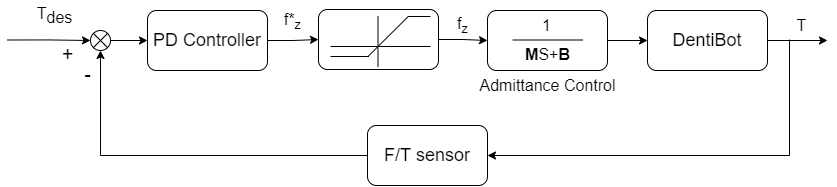
Above: 009YiChan/Chan's thesis/Images/Original/feedrate_control.png in yichan0428/MS_thesis (draw.io), before the change. Source tidied: cells renumbered, new cells last; positions are measured from the earlier drawing's top-left corner, leaving out a move shared by most shapes.
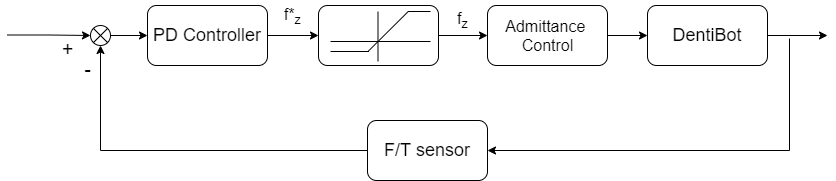
After the change.

Change to the diagram source:
```diff
@@ -14,7 +14,7 @@
       </mxGeometry>
     </mxCell>
     <mxCell id="5" style="rounded=1;whiteSpace=wrap;html=1;" parent="1" vertex="1">
-      <mxGeometry x="311" y="9" width="120" height="60" as="geometry" />
+      <mxGeometry x="311" y="10" width="120" height="60" as="geometry" />
     </mxCell>
     <mxCell id="6" style="edgeStyle=orthogonalEdgeStyle;rounded=0;jettySize=auto;html=1;exitX=1;exitY=0.5;exitDx=0;exitDy=0;entryX=0;entryY=0.5;entryDx=0;entryDy=0;" parent="1" edge="1" source="7" target="3">
       <mxGeometry relative="1" as="geometry" />
@@ -30,12 +30,6 @@
     <mxCell id="9" value="f&lt;sub&gt;z&lt;/sub&gt;" style="text;html=1;align=center;verticalAlign=middle;strokeColor=none;fontSize=16;" parent="1" vertex="1">
       <mxGeometry x="440" y="9" width="30" height="30" as="geometry" />
     </mxCell>
-    <mxCell id="10" value="T" style="text;html=1;align=center;verticalAlign=middle;points=[];strokeColor=none;fontSize=16;" parent="1" vertex="1">
-      <mxGeometry x="779.1" y="15" width="30" height="20" as="geometry" />
-    </mxCell>
-    <mxCell id="11" value="T&lt;sub style=&quot;font-size: 16px;&quot;&gt;des&lt;/sub&gt;" style="text;html=1;align=center;verticalAlign=middle;strokeColor=none;fontSize=16;" parent="1" vertex="1">
-      <mxGeometry x="22" width="50" height="30" as="geometry" />
-    </mxCell>
     <mxCell id="12" value="+" style="text;html=1;align=center;verticalAlign=middle;strokeColor=none;fontSize=20;" parent="1" vertex="1">
       <mxGeometry x="45" y="38" width="30" height="30" as="geometry" />
     </mxCell>
@@ -95,27 +89,16 @@
         <mxPoint x="400.8" y="16" as="targetPoint" />
       </mxGeometry>
     </mxCell>
-    <mxCell id="26" style="edgeStyle=orthogonalEdgeStyle;rounded=0;jettySize=auto;html=1;exitX=0.096;exitY=1.2;exitDx=0;exitDy=0;exitPerimeter=0;entryX=1;entryY=0.5;entryDx=0;entryDy=0;" parent="1" edge="1" source="10" target="20">
+    <mxCell id="26" style="edgeStyle=orthogonalEdgeStyle;rounded=0;jettySize=auto;html=1;exitX=0.096;exitY=1.2;exitDx=0;exitDy=0;exitPerimeter=0;entryX=1;entryY=0.5;entryDx=0;entryDy=0;" parent="1" edge="1" target="20">
       <mxGeometry relative="1" as="geometry">
+        <mxPoint x="782" y="43" as="sourcePoint" />
         <Array as="points">
           <mxPoint x="782" y="155" />
         </Array>
       </mxGeometry>
     </mxCell>
-    <mxCell id="27" style="endArrow=none;html=1;" parent="1" edge="1">
-      <mxGeometry relative="1" as="geometry">
-        <mxPoint x="505" y="39.5" as="sourcePoint" />
-        <mxPoint x="575" y="39.5" as="targetPoint" />
-      </mxGeometry>
-    </mxCell>
-    <mxCell id="28" value="&lt;b style=&quot;font-size: 16px;&quot;&gt;M&lt;/b&gt;S+&lt;b style=&quot;font-size: 16px;&quot;&gt;B&lt;/b&gt;" style="text;html=1;align=center;verticalAlign=middle;strokeColor=none;fontSize=16;" parent="1" vertex="1">
-      <mxGeometry x="510" y="44" width="60" height="20" as="geometry" />
-    </mxCell>
-    <mxCell id="29" value="1" style="text;html=1;align=center;verticalAlign=middle;strokeColor=none;fontSize=16;" parent="1" vertex="1">
-      <mxGeometry x="529.1" y="15" width="20" height="20" as="geometry" />
-    </mxCell>
-    <mxCell id="30" value="Admittance Control" style="text;html=1;align=center;verticalAlign=middle;strokeColor=none;fontSize=16;" parent="1" vertex="1">
-      <mxGeometry x="465" y="75" width="150" height="20" as="geometry" />
+    <mxCell id="30" value="Admittance &lt;br&gt;Control" style="text;html=1;align=center;verticalAlign=middle;strokeColor=none;fontSize=16;" parent="1" vertex="1">
+      <mxGeometry x="490" y="20" width="100" height="40" as="geometry" />
     </mxCell>
   </root>
 </mxGraphModel>
```
